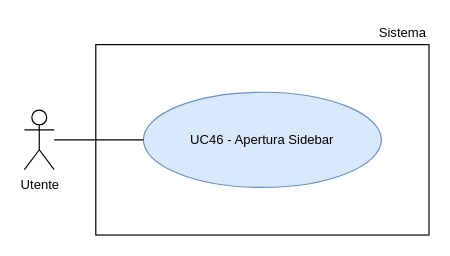
Before: RTB/doc_esterna/analisi-dei-requisiti/assets/draw.io/UC46.drawio in thebitless-group-swe/thebitless.github.io, a draw.io diagram. Source tidied: cells renumbered, new cells numbered last; positions are measured from the earlier drawing's top-left corner, leaving out a move shared by most shapes. Both pictures are drawn from the tidied source at 119%, with x=0, y=0 at pixel (24, 20).
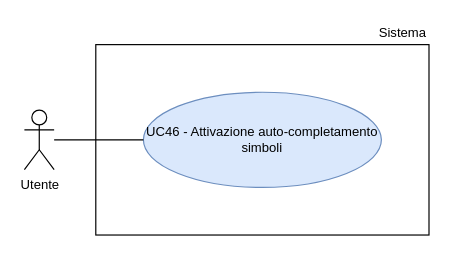
Above is the later version.

Change to the diagram source:
```diff
@@
 <mxGraphModel>
   <root>
     <mxCell id="0" />
     <mxCell id="1" parent="0" />
     <mxCell id="2" value="Utente" style="shape=umlActor;verticalLabelPosition=bottom;verticalAlign=top;html=1;outlineConnect=0;fontSize=11;" parent="1" vertex="1">
       <mxGeometry y="75" width="25" height="50" as="geometry" />
     </mxCell>
     <mxCell id="3" style="rounded=0;whiteSpace=wrap;html=1;strokeWidth=1;" parent="1" vertex="1">
       <mxGeometry x="60" y="20" width="280" height="160" as="geometry" />
     </mxCell>
     <mxCell id="4" value="Sistema" style="text;html=1;whiteSpace=wrap;strokeColor=none;fillColor=none;align=right;verticalAlign=middle;fontSize=11;" parent="1" vertex="1">
       <mxGeometry x="270" width="70" height="20" as="geometry" />
     </mxCell>
-    <mxCell id="5" value="UC46 - Apertura Sidebar" style="ellipse;whiteSpace=wrap;html=1;fillColor=#dae8fc;strokeColor=#6c8ebf;fontSize=11;" parent="1" vertex="1">
+    <mxCell id="5" value="UC46 - Attivazione auto-completamento simboli" style="ellipse;whiteSpace=wrap;html=1;fillColor=#dae8fc;strokeColor=#6c8ebf;fontSize=11;" parent="1" vertex="1">
       <mxGeometry x="100" y="60" width="200" height="80" as="geometry" />
     </mxCell>
     <mxCell id="6" style="edgeStyle=none;rounded=0;jettySize=auto;html=1;endArrow=none;endFill=0;" parent="1" edge="1" source="2" target="5">
       <mxGeometry relative="1" as="geometry" />
     </mxCell>
   </root>
 </mxGraphModel>
```
